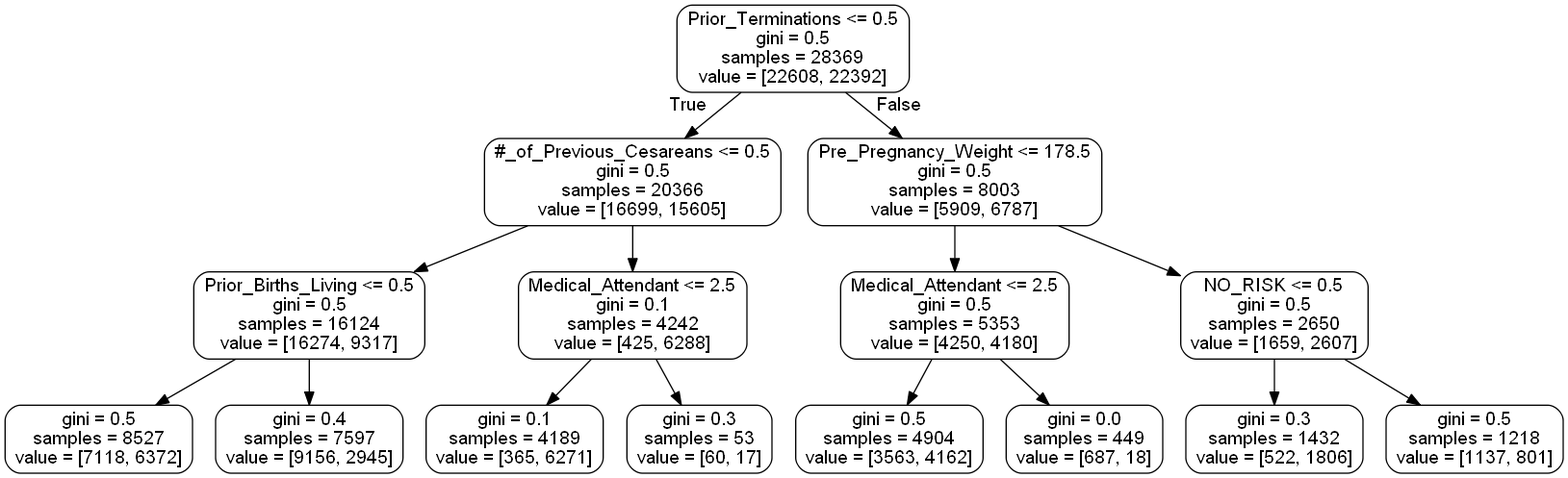
Above: small_tree.png in OnomeHunt/Project3 (Graphviz), before the change. Its source is kept beside it as small_tree.dot. Source of this version:
```dot
digraph Tree {
node [shape=box, style="rounded", color="black", fontname=helvetica] ;
edge [fontname=helvetica] ;
0 [label="Prior_Terminations <= 0.5\ngini = 0.5\nsamples = 28369\nvalue = [22608, 22392]"] ;
1 [label="#_of_Previous_Cesareans <= 0.5\ngini = 0.5\nsamples = 20366\nvalue = [16699, 15605]"] ;
0 -> 1 [labeldistance=2.5, labelangle=45, headlabel="True"] ;
2 [label="Prior_Births_Living <= 0.5\ngini = 0.5\nsamples = 16124\nvalue = [16274, 9317]"] ;
1 -> 2 ;
3 [label="gini = 0.5\nsamples = 8527\nvalue = [7118, 6372]"] ;
2 -> 3 ;
4 [label="gini = 0.4\nsamples = 7597\nvalue = [9156, 2945]"] ;
2 -> 4 ;
5 [label="Medical_Attendant <= 2.5\ngini = 0.1\nsamples = 4242\nvalue = [425, 6288]"] ;
1 -> 5 ;
6 [label="gini = 0.1\nsamples = 4189\nvalue = [365, 6271]"] ;
5 -> 6 ;
7 [label="gini = 0.3\nsamples = 53\nvalue = [60, 17]"] ;
5 -> 7 ;
8 [label="Pre_Pregnancy_Weight <= 178.5\ngini = 0.5\nsamples = 8003\nvalue = [5909, 6787]"] ;
0 -> 8 [labeldistance=2.5, labelangle=-45, headlabel="False"] ;
9 [label="Medical_Attendant <= 2.5\ngini = 0.5\nsamples = 5353\nvalue = [4250, 4180]"] ;
8 -> 9 ;
10 [label="gini = 0.5\nsamples = 4904\nvalue = [3563, 4162]"] ;
9 -> 10 ;
11 [label="gini = 0.0\nsamples = 449\nvalue = [687, 18]"] ;
9 -> 11 ;
12 [label="NO_RISK <= 0.5\ngini = 0.5\nsamples = 2650\nvalue = [1659, 2607]"] ;
8 -> 12 ;
13 [label="gini = 0.3\nsamples = 1432\nvalue = [522, 1806]"] ;
12 -> 13 ;
14 [label="gini = 0.5\nsamples = 1218\nvalue = [1137, 801]"] ;
12 -> 14 ;
}
```
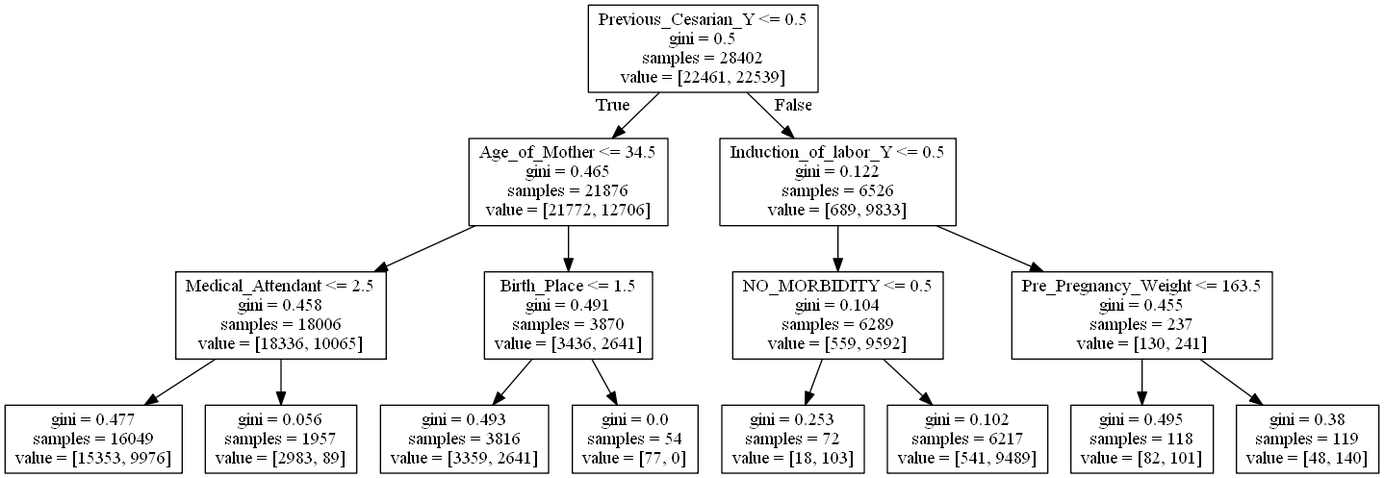
After the change.

Change to the diagram source:
```diff
@@ -1,33 +1,32 @@
 digraph Tree {
-node [shape=box, style="rounded", color="black", fontname=helvetica] ;
-edge [fontname=helvetica] ;
-0 [label="Prior_Terminations <= 0.5\ngini = 0.5\nsamples = 28369\nvalue = [22608, 22392]"] ;
-1 [label="#_of_Previous_Cesareans <= 0.5\ngini = 0.5\nsamples = 20366\nvalue = [16699, 15605]"] ;
+node [shape=box] ;
+0 [label="Previous_Cesarian_Y <= 0.5\ngini = 0.5\nsamples = 28402\nvalue = [22461, 22539]"] ;
+1 [label="Age_of_Mother <= 34.5\ngini = 0.465\nsamples = 21876\nvalue = [21772, 12706]"] ;
 0 -> 1 [labeldistance=2.5, labelangle=45, headlabel="True"] ;
-2 [label="Prior_Births_Living <= 0.5\ngini = 0.5\nsamples = 16124\nvalue = [16274, 9317]"] ;
+2 [label="Medical_Attendant <= 2.5\ngini = 0.458\nsamples = 18006\nvalue = [18336, 10065]"] ;
 1 -> 2 ;
-3 [label="gini = 0.5\nsamples = 8527\nvalue = [7118, 6372]"] ;
+3 [label="gini = 0.477\nsamples = 16049\nvalue = [15353, 9976]"] ;
 2 -> 3 ;
-4 [label="gini = 0.4\nsamples = 7597\nvalue = [9156, 2945]"] ;
+4 [label="gini = 0.056\nsamples = 1957\nvalue = [2983, 89]"] ;
 2 -> 4 ;
-5 [label="Medical_Attendant <= 2.5\ngini = 0.1\nsamples = 4242\nvalue = [425, 6288]"] ;
+5 [label="Birth_Place <= 1.5\ngini = 0.491\nsamples = 3870\nvalue = [3436, 2641]"] ;
 1 -> 5 ;
-6 [label="gini = 0.1\nsamples = 4189\nvalue = [365, 6271]"] ;
+6 [label="gini = 0.493\nsamples = 3816\nvalue = [3359, 2641]"] ;
 5 -> 6 ;
-7 [label="gini = 0.3\nsamples = 53\nvalue = [60, 17]"] ;
+7 [label="gini = 0.0\nsamples = 54\nvalue = [77, 0]"] ;
 5 -> 7 ;
-8 [label="Pre_Pregnancy_Weight <= 178.5\ngini = 0.5\nsamples = 8003\nvalue = [5909, 6787]"] ;
+8 [label="Induction_of_labor_Y <= 0.5\ngini = 0.122\nsamples = 6526\nvalue = [689, 9833]"] ;
 0 -> 8 [labeldistance=2.5, labelangle=-45, headlabel="False"] ;
-9 [label="Medical_Attendant <= 2.5\ngini = 0.5\nsamples = 5353\nvalue = [4250, 4180]"] ;
+9 [label="NO_MORBIDITY <= 0.5\ngini = 0.104\nsamples = 6289\nvalue = [559, 9592]"] ;
 8 -> 9 ;
-10 [label="gini = 0.5\nsamples = 4904\nvalue = [3563, 4162]"] ;
+10 [label="gini = 0.253\nsamples = 72\nvalue = [18, 103]"] ;
 9 -> 10 ;
-11 [label="gini = 0.0\nsamples = 449\nvalue = [687, 18]"] ;
+11 [label="gini = 0.102\nsamples = 6217\nvalue = [541, 9489]"] ;
 9 -> 11 ;
-12 [label="NO_RISK <= 0.5\ngini = 0.5\nsamples = 2650\nvalue = [1659, 2607]"] ;
+12 [label="Pre_Pregnancy_Weight <= 163.5\ngini = 0.455\nsamples = 237\nvalue = [130, 241]"] ;
 8 -> 12 ;
-13 [label="gini = 0.3\nsamples = 1432\nvalue = [522, 1806]"] ;
+13 [label="gini = 0.495\nsamples = 118\nvalue = [82, 101]"] ;
 12 -> 13 ;
-14 [label="gini = 0.5\nsamples = 1218\nvalue = [1137, 801]"] ;
+14 [label="gini = 0.38\nsamples = 119\nvalue = [48, 140]"] ;
 12 -> 14 ;
 }
```
